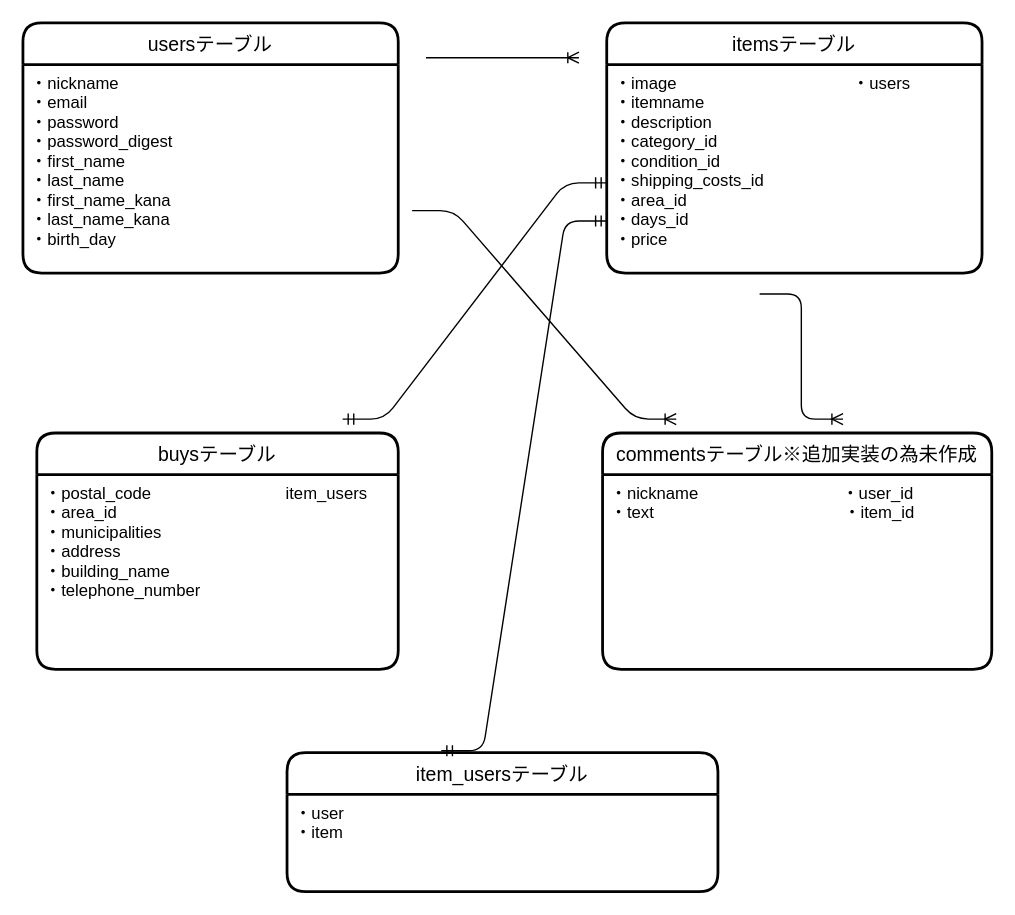
Earlier version of the draw.io diagram app/er.dio (ayumi201604/furima-35492). Source tidied: cells renumbered, new cells numbered last; positions are measured from the earlier drawing's top-left corner, leaving out a move shared by most shapes. Both pictures are drawn from the tidied source at 139%, with x=0, y=0 at pixel (22, 22).
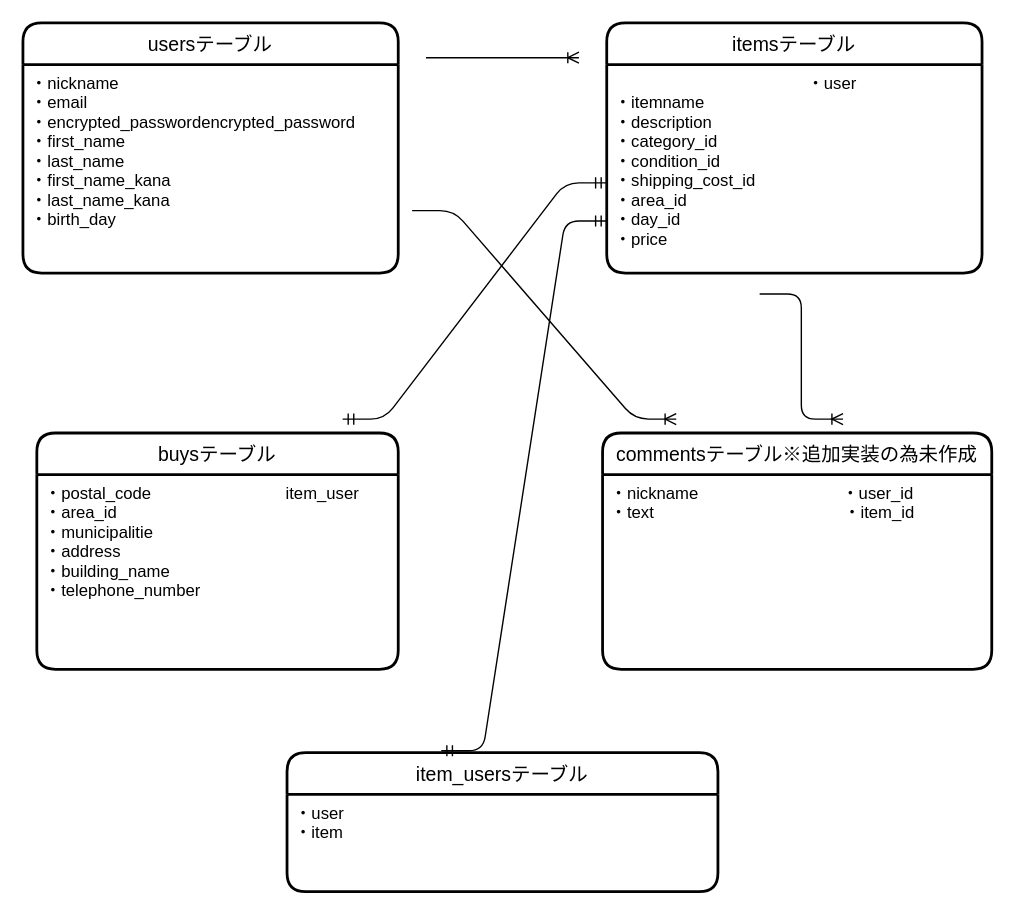
The same diagram, later.

Commit message:
DB修正10（ER図修正）

The change refers to these unchanged cells:
```xml
<mxCell id="2" value="usersテーブル" style="swimlane;horizontal=1;startSize=30;rounded=1;fontSize=14;fontStyle=0;strokeWidth=2;shadow=0;dashed=0;align=center;" parent="1" vertex="1">
  <mxGeometry width="270" height="180" as="geometry" />
</mxCell>
<mxCell id="4" value="itemsテーブル" style="swimlane;horizontal=1;startSize=30;rounded=1;fontSize=14;fontStyle=0;strokeWidth=2;shadow=0;dashed=0;align=center;" parent="1" vertex="1">
  <mxGeometry x="420" width="270" height="180" as="geometry" />
</mxCell>
<mxCell id="8" value="buysテーブル" style="swimlane;horizontal=1;startSize=30;rounded=1;fontSize=14;fontStyle=0;strokeWidth=2;shadow=0;dashed=0;align=center;" parent="1" vertex="1">
  <mxGeometry x="10" y="295" width="260" height="170" as="geometry" />
</mxCell>
```

The edit, as a diff of the source:
```diff
@@
-    <mxCell id="3" value="・nickname&#10;・email&#10;・password&#10;・password_digest&#10;・first_name&#10;・last_name&#10;・first_name_kana&#10;・last_name_kana&#10;・birth_day" style="align=left;strokeColor=none;fillColor=none;spacingLeft=4;fontSize=12;verticalAlign=top;" parent="2" vertex="1">
+    <mxCell id="3" value="・nickname&#10;・email&#10;・encrypted_passwordencrypted_password&#10;・first_name&#10;・last_name&#10;・first_name_kana&#10;・last_name_kana&#10;・birth_day" style="align=left;strokeColor=none;fillColor=none;spacingLeft=4;fontSize=12;verticalAlign=top;" parent="2" vertex="1">
       <mxGeometry y="30" width="270" height="150" as="geometry" />
     </mxCell>
@@
-    <mxCell id="5" value="・image                                      ・users&#10;・itemname&#10;・description&#10;・category_id&#10;・condition_id&#10;・shipping_costs_id&#10;・area_id&#10;・days_id&#10;・price" style="align=left;strokeColor=none;fillColor=none;spacingLeft=4;fontSize=12;verticalAlign=top;" parent="4" vertex="1">
+    <mxCell id="5" value="　                                      ・user&#10;・itemname&#10;・description&#10;・category_id&#10;・condition_id&#10;・shipping_cost_id&#10;・area_id&#10;・day_id&#10;・price" style="align=left;strokeColor=none;fillColor=none;spacingLeft=4;fontSize=12;verticalAlign=top;" parent="4" vertex="1">
       <mxGeometry y="30" width="270" height="150" as="geometry" />
     </mxCell>
@@
-    <mxCell id="9" value="・postal_code                             item_users                             &#10;・area_id                                    &#10;・municipalities&#10;・address&#10;・building_name&#10;・telephone_number&#10;" style="align=left;strokeColor=none;fillColor=none;spacingLeft=4;fontSize=12;verticalAlign=top;" parent="8" vertex="1">
+    <mxCell id="9" value="・postal_code                             item_user                             &#10;・area_id                                    &#10;・municipalitie&#10;・address&#10;・building_name&#10;・telephone_number&#10;" style="align=left;strokeColor=none;fillColor=none;spacingLeft=4;fontSize=12;verticalAlign=top;" parent="8" vertex="1">
       <mxGeometry y="30" width="260" height="140" as="geometry" />
     </mxCell>
```
